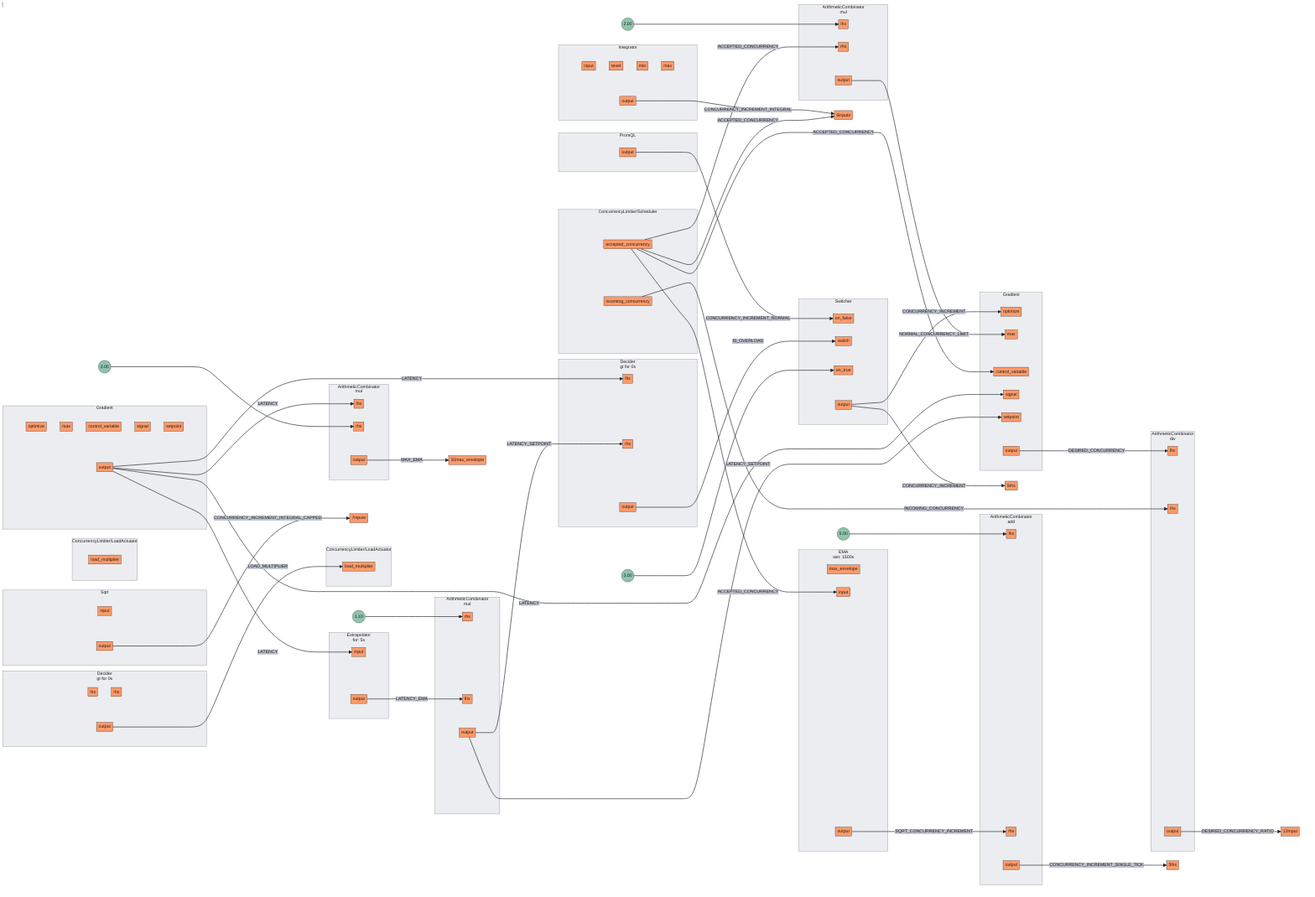
Before: docs/content/tutorials/flow-control/concurrency-limiting/assets/workload-prioritization/workload-prioritization.mmd.png, a diagram exported from Mermaid (fluxninja/aperture). Its source is kept beside it as docs/content/tutorials/flow-control/concurrency-limiting/assets/workload-prioritization/workload-prioritization.mmd.
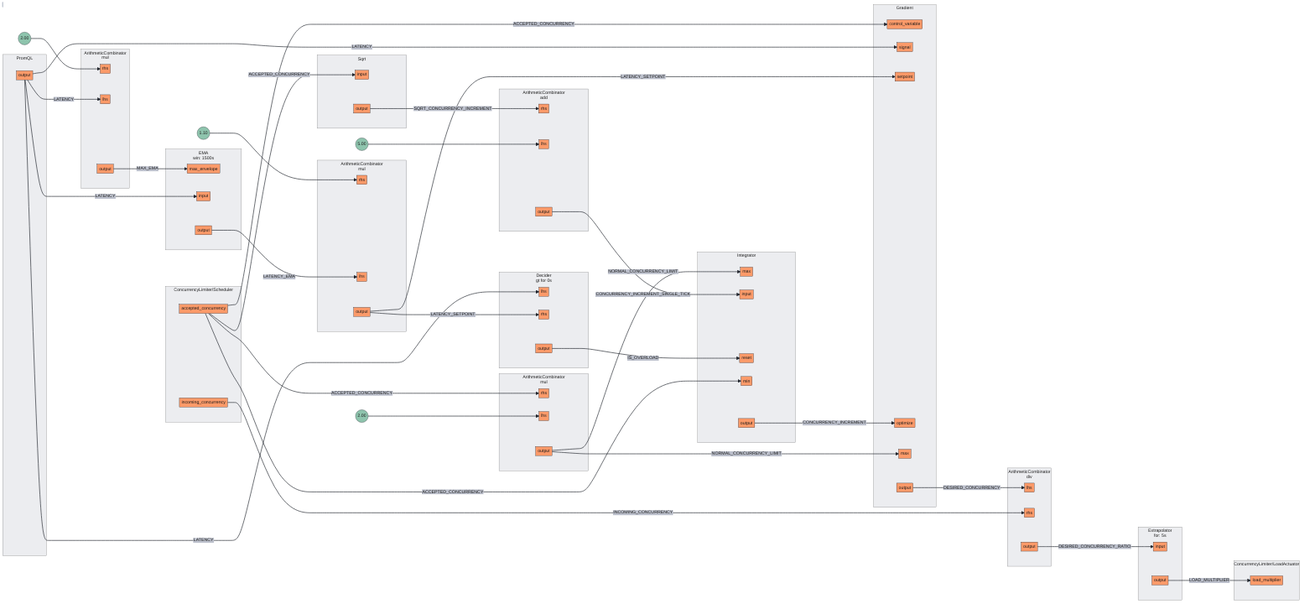
After the commit.

What changed in the source:
```diff
@@ -2,8 +2,8 @@
 subgraph 0[<center>ArithmeticCombinator<br/>mul</center>]
 subgraph 0_inports[ ]
 style 0_inports fill:none,stroke:none
+0rhs[rhs]
 0lhs[lhs]
-0rhs[rhs]
 end
 subgraph 0_outports[ ]
 style 0_outports fill:none,stroke:none
@@ -39,8 +39,8 @@
 subgraph 3[<center>ArithmeticCombinator<br/>mul</center>]
 subgraph 3_inports[ ]
 style 3_inports fill:none,stroke:none
+3rhs[rhs]
 3lhs[lhs]
-3rhs[rhs]
 end
 subgraph 3_outports[ ]
 style 3_outports fill:none,stroke:none
@@ -52,8 +52,8 @@
 subgraph 4[<center>ArithmeticCombinator<br/>add</center>]
 subgraph 4_inports[ ]
 style 4_inports fill:none,stroke:none
+4rhs[rhs]
 4lhs[lhs]
-4rhs[rhs]
 end
 subgraph 4_outports[ ]
 style 4_outports fill:none,stroke:none
@@ -65,10 +65,10 @@
 subgraph 5[Integrator]
 subgraph 5_inports[ ]
 style 5_inports fill:none,stroke:none
+5max[max]
 5input[input]
 5reset[reset]
 5min[min]
-5max[max]
 end
 subgraph 5_outports[ ]
 style 5_outports fill:none,stroke:none
@@ -105,11 +105,11 @@
 subgraph 9[Gradient]
 subgraph 9_inports[ ]
 style 9_inports fill:none,stroke:none
-9optimize[optimize]
-9max[max]
 9control_variable[control_variable]
 9signal[signal]
 9setpoint[setpoint]
+9optimize[optimize]
+9max[max]
 end
 subgraph 9_outports[ ]
 style 9_outports fill:none,stroke:none
@@ -126,18 +126,11 @@
 10output[output]
 end
 end
-subgraph 11[Gradient]
-subgraph 11_inports[ ]
-style 11_inports fill:none,stroke:none
-11optimize[optimize]
-11max[max]
-11control_variable[control_variable]
-11signal[signal]
-11setpoint[setpoint]
-end
-subgraph 11_outports[ ]
-style 11_outports fill:none,stroke:none
-11output[output]
+subgraph 11.Scheduler[ConcurrencyLimiter/Scheduler]
+subgraph 11.Scheduler_outports[ ]
+style 11.Scheduler_outports fill:none,stroke:none
+11.Schedulerincoming_concurrency[incoming_concurrency]
+11.Scheduleraccepted_concurrency[accepted_concurrency]
 end
 end
 subgraph 11.LoadActuator[ConcurrencyLimiter/LoadActuator]
@@ -157,66 +150,25 @@
 12output[output]
 end
 end
-subgraph 13.Scheduler[ConcurrencyLimiter/Scheduler]
-subgraph 13.Scheduler_outports[ ]
-style 13.Scheduler_outports fill:none,stroke:none
-13.Scheduleraccepted_concurrency[accepted_concurrency]
-13.Schedulerincoming_concurrency[incoming_concurrency]
-end
-end
-subgraph 13.LoadActuator[ConcurrencyLimiter/LoadActuator]
-subgraph 13.LoadActuator_inports[ ]
-style 13.LoadActuator_inports fill:none,stroke:none
-13.LoadActuatorload_multiplier[load_multiplier]
-end
-end
-subgraph 15[Switcher]
-subgraph 15_inports[ ]
-style 15_inports fill:none,stroke:none
-15on_false[on_false]
-15switch[switch]
-15on_true[on_true]
-end
-subgraph 15_outports[ ]
-style 15_outports fill:none,stroke:none
-15output[output]
-end
-end
-FakeConstant5((0.00))
-FakeConstant5 --> 15on_true
-subgraph 14[<center>Decider<br/>gt for 0s</center>]
-subgraph 14_inports[ ]
-style 14_inports fill:none,stroke:none
-14lhs[lhs]
-14rhs[rhs]
-end
-subgraph 14_outports[ ]
-style 14_outports fill:none,stroke:none
-14output[output]
-end
-end
-7output --> |CONCURRENCY_INCREMENT_NORMAL| 15on_false
-1output --> |LATENCY_SETPOINT| 11setpoint
-1output --> |LATENCY_SETPOINT| 14rhs
-4output --> |CONCURRENCY_INCREMENT_SINGLE_TICK| 5lhs
-10output --> |LATENCY_EMA| 1lhs
-13.Scheduleraccepted_concurrency --> |ACCEPTED_CONCURRENCY| 3rhs
-13.Scheduleraccepted_concurrency --> |ACCEPTED_CONCURRENCY| 6inputs
-13.Scheduleraccepted_concurrency --> |ACCEPTED_CONCURRENCY| 8input
-13.Scheduleraccepted_concurrency --> |ACCEPTED_CONCURRENCY| 11control_variable
-2output --> |DESIRED_CONCURRENCY_RATIO| 12input
-6output --> |CONCURRENCY_INCREMENT_INTEGRAL_CAPPED| 7inputs
-5output --> |CONCURRENCY_INCREMENT_INTEGRAL| 6inputs
-8output --> |SQRT_CONCURRENCY_INCREMENT| 4rhs
-11output --> |DESIRED_CONCURRENCY| 2lhs
-15output --> |CONCURRENCY_INCREMENT| 5rhs
-15output --> |CONCURRENCY_INCREMENT| 11optimize
-0output --> |MAX_EMA| 10max_envelope
-3output --> |NORMAL_CONCURRENCY_LIMIT| 11max
-13.Schedulerincoming_concurrency --> |INCOMING_CONCURRENCY| 2rhs
-14output --> |IS_OVERLOAD| 15switch
-9output --> |LATENCY| 0lhs
-9output --> |LATENCY| 10input
-9output --> |LATENCY| 11signal
-9output --> |LATENCY| 14lhs
-12output --> |LOAD_MULTIPLIER| 13.LoadActuatorload_multiplier
+10output --> |LOAD_MULTIPLIER| 11.LoadActuatorload_multiplier
+1output --> |LATENCY_SETPOINT| 9setpoint
+1output --> |LATENCY_SETPOINT| 12rhs
+9output --> |DESIRED_CONCURRENCY| 2lhs
+11.Scheduleraccepted_concurrency --> |ACCEPTED_CONCURRENCY| 3rhs
+11.Scheduleraccepted_concurrency --> |ACCEPTED_CONCURRENCY| 5min
+11.Scheduleraccepted_concurrency --> |ACCEPTED_CONCURRENCY| 6input
+11.Scheduleraccepted_concurrency --> |ACCEPTED_CONCURRENCY| 9control_variable
+3output --> |NORMAL_CONCURRENCY_LIMIT| 5max
+3output --> |NORMAL_CONCURRENCY_LIMIT| 9max
+6output --> |SQRT_CONCURRENCY_INCREMENT| 4rhs
+8output --> |LATENCY_EMA| 1lhs
+12output --> |IS_OVERLOAD| 5reset
+2output --> |DESIRED_CONCURRENCY_RATIO| 10input
+4output --> |CONCURRENCY_INCREMENT_SINGLE_TICK| 5input
+7output --> |LATENCY| 0lhs
+7output --> |LATENCY| 8input
+7output --> |LATENCY| 9signal
+7output --> |LATENCY| 12lhs
+11.Schedulerincoming_concurrency --> |INCOMING_CONCURRENCY| 2rhs
+0output --> |MAX_EMA| 8max_envelope
+5output --> |CONCURRENCY_INCREMENT| 9optimize
```
